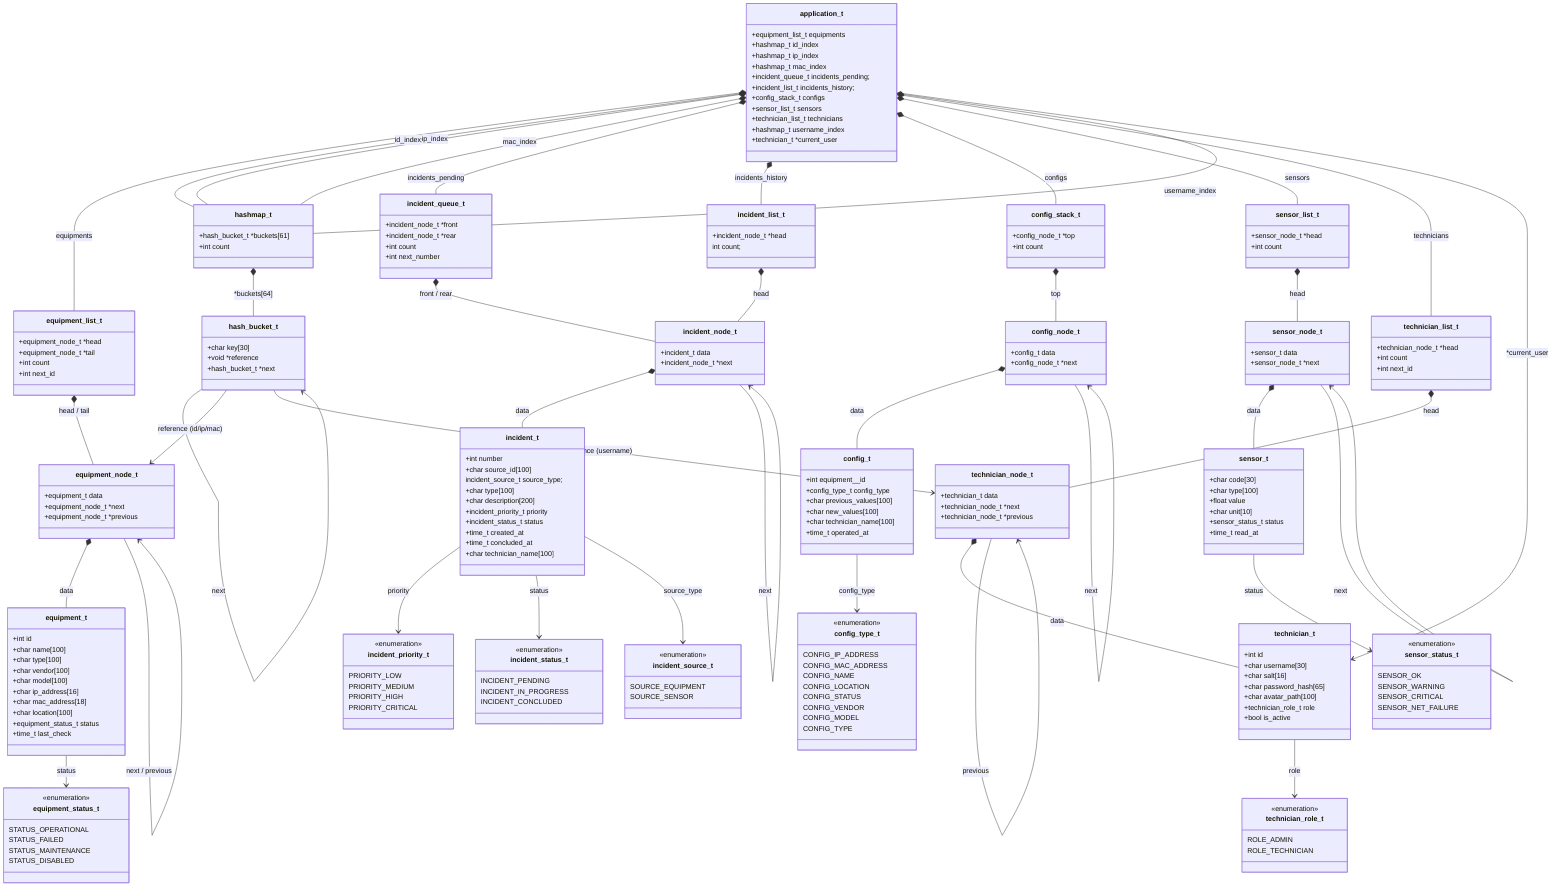
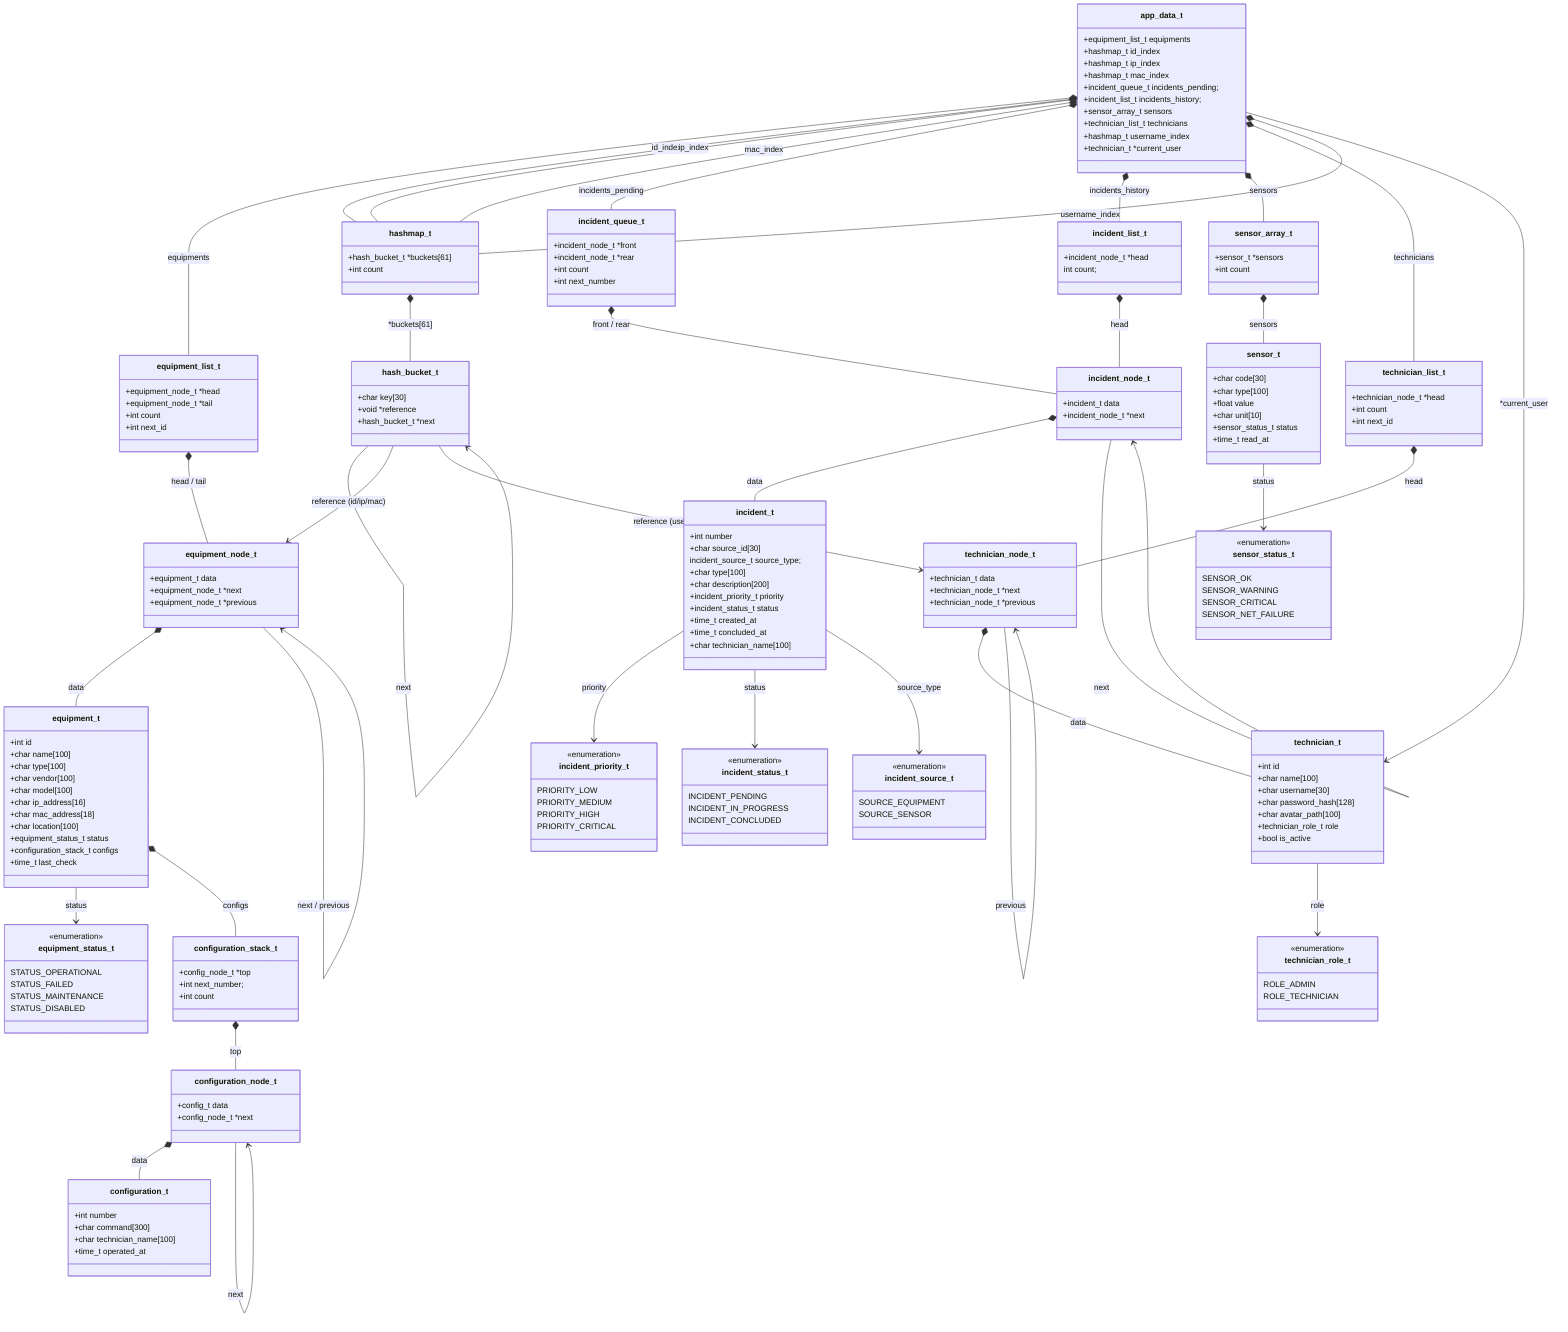
classDiagram

- class application_t {
+ class app_data_t {
  +equipment_list_t       equipments
  +hashmap_t              id_index
  +hashmap_t              ip_index
  +hashmap_t              mac_index
  +incident_queue_t       incidents_pending;
  +incident_list_t        incidents_history;
-   +config_stack_t         configs
-   +sensor_list_t          sensors
+   +sensor_array_t         sensors
  +technician_list_t      technicians
  +hashmap_t              username_index
  +technician_t           *current_user
}


class equipment_t {
  +int                     id
  +char                    name[100]
  +char                    type[100]
  +char                    vendor[100]
  +char                    model[100]
  +char                    ip_address[16]
  +char                    mac_address[18]
  +char                    location[100]
  +equipment_status_t      status
+   +configuration_stack_t   configs
  +time_t                  last_check
}

class equipment_node_t {
  +equipment_t           data
  +equipment_node_t      *next
  +equipment_node_t      *previous
}

class equipment_list_t {
  +equipment_node_t      *head
  +equipment_node_t      *tail
  +int                   count
  +int                   next_id
}



class incident_t {
  +int                      number
-   +char                     source_id[100]
+   +char                     source_id[30]
  incident_source_t         source_type;
  +char                     type[100]
  +char                     description[200]
  +incident_priority_t      priority
  +incident_status_t        status
  +time_t                   created_at
  +time_t                   concluded_at
  +char                     technician_name[100]
}

class incident_node_t {
  +incident_t           data
  +incident_node_t      *next
}

class incident_queue_t {
  +incident_node_t      *front
  +incident_node_t      *rear
  +int                  count
  +int                  next_number
}

class incident_list_t {
  +incident_node_t      *head
  int                   count;
}



- class config_t {
-   +int                equipment__id
-   +config_type_t      config_type
-   +char               previous_values[100]
-   +char               new_values[100]
+ class configuration_t {
+   +int                number
+   +char               command[300]
  +char               technician_name[100]
  +time_t             operated_at
}

- class config_node_t {
+ class configuration_node_t {
  +config_t           data
  +config_node_t      *next
}

- class config_stack_t {
+ class configuration_stack_t {
  +config_node_t      *top
+   +int                next_number;
  +int                count
}
- 
- 

class sensor_t {
  +char                 code[30]
  +char                 type[100]
  +float                value
  +char                 unit[10]
  +sensor_status_t      status
  +time_t               read_at
}

- class sensor_node_t {
-   +sensor_t           data
-   +sensor_node_t      *next
- }
- 
- class sensor_list_t {
-   +sensor_node_t      *head
-   +int                count
- }
- 
+ class sensor_array_t {
+   +sensor_t      *sensors
+   +int           count
+ }


class technician_t {
  +int                    id
+   +char                   name[100]
  +char                   username[30]
-   +char                   salt[16]
-   +char                   password_hash[65]
+   +char                   password_hash[128]
  +char                   avatar_path[100]
  +technician_role_t      role
  +bool                   is_active
}

class technician_node_t {
  +technician_t           data
  +technician_node_t      *next
  +technician_node_t      *previous
}

class technician_list_t {
  +technician_node_t      *head
  +int                    count
  +int                    next_id
}



class hashmap_t {
  +hash_bucket_t      *buckets[61]
  +int                count
}

class hash_bucket_t {
  +char               key[30]
  +void               *reference
  +hash_bucket_t      *next
}



class equipment_status_t {
  <<enumeration>>
  STATUS_OPERATIONAL
  STATUS_FAILED
  STATUS_MAINTENANCE
  STATUS_DISABLED
}

class incident_priority_t {
  <<enumeration>>
  PRIORITY_LOW
  PRIORITY_MEDIUM
  PRIORITY_HIGH
  PRIORITY_CRITICAL
}

class incident_status_t {
  <<enumeration>>
  INCIDENT_PENDING
  INCIDENT_IN_PROGRESS
  INCIDENT_CONCLUDED
}

class incident_source_t {
  <<enumeration>>
  SOURCE_EQUIPMENT
  SOURCE_SENSOR
}

- class config_type_t {
-   <<enumeration>>
-   CONFIG_IP_ADDRESS
-   CONFIG_MAC_ADDRESS
-   CONFIG_NAME
-   CONFIG_LOCATION
-   CONFIG_STATUS
-   CONFIG_VENDOR
-   CONFIG_MODEL
-   CONFIG_TYPE
- }
- 
class sensor_status_t {
  <<enumeration>>
  SENSOR_OK
  SENSOR_WARNING
  SENSOR_CRITICAL
  SENSOR_NET_FAILURE
}

class technician_role_t {
  <<enumeration>>
  ROLE_ADMIN
  ROLE_TECHNICIAN
}



- application_t *-- equipment_list_t      : equipments
- application_t *-- hashmap_t             : id_index
- application_t *-- hashmap_t             : ip_index
- application_t *-- hashmap_t             : mac_index
- application_t *-- incident_queue_t      : incidents_pending
- application_t *-- incident_list_t       : incidents_history
- application_t *-- config_stack_t        : configs
- application_t *-- sensor_list_t         : sensors
- application_t *-- technician_list_t     : technicians
- application_t *-- hashmap_t             : username_index
- application_t --> technician_t          : *current_user
+ app_data_t *-- equipment_list_t      : equipments
+ app_data_t *-- hashmap_t             : id_index
+ app_data_t *-- hashmap_t             : ip_index
+ app_data_t *-- hashmap_t             : mac_index
+ app_data_t *-- incident_queue_t      : incidents_pending
+ app_data_t *-- incident_list_t       : incidents_history
+ app_data_t *-- sensor_array_t        : sensors
+ app_data_t *-- technician_list_t     : technicians
+ app_data_t *-- hashmap_t             : username_index
+ app_data_t --> technician_t          : *current_user



equipment_t --> equipment_status_t         : status
+ equipment_t *-- configuration_stack_t      : configs
equipment_node_t *-- equipment_t           : data
equipment_node_t --> equipment_node_t      : next / previous
equipment_list_t *-- equipment_node_t      : head / tail



incident_t --> incident_priority_t       : priority
incident_t --> incident_status_t         : status
incident_t --> incident_source_t         : source_type
incident_node_t *-- incident_t           : data
incident_node_t --> incident_node_t      : next
incident_queue_t *-- incident_node_t     : front / rear
incident_list_t *-- incident_node_t      : head


- config_t --> config_type_t           : config_type
- config_node_t *-- config_t           : data
- config_node_t --> config_node_t      : next
- config_stack_t *-- config_node_t     : top
+ 
+ configuration_node_t *-- configuration_t           : data
+ configuration_node_t --> configuration_node_t      : next
+ configuration_stack_t *-- configuration_node_t     : top



sensor_t --> sensor_status_t         : status
- sensor_node_t *-- sensor_t           : data
- sensor_node_t --> sensor_node_t      : next
- sensor_list_t *-- sensor_node_t      : head
+ sensor_array_t *-- sensor_t          : sensors



technician_t --> technician_role_t           : role
technician_node_t *-- technician_t           : data
technician_node_t --> technician_node_t      : next
technician_node_t --> technician_node_t      : previous
technician_list_t *-- technician_node_t      : head



- hashmap_t *-- hash_bucket_t             : *buckets[64]
+ hashmap_t *-- hash_bucket_t             : *buckets[61]
hash_bucket_t --> hash_bucket_t         : next
hash_bucket_t --> equipment_node_t      : reference (id/ip/mac)
hash_bucket_t --> technician_node_t     : reference (username)
